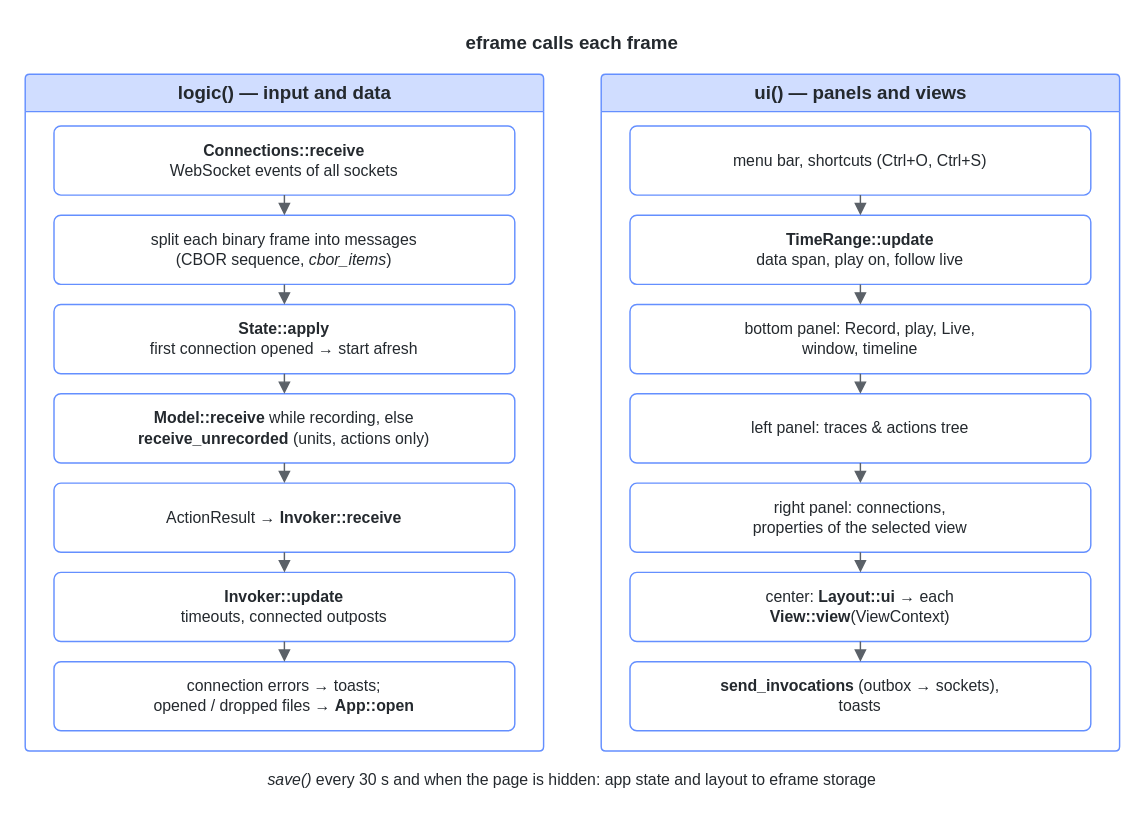
Earlier version of the draw.io diagram doc/source/diagrams/blip-frame.drawio (stefanluethi/blip). Source tidied: cells renumbered, new cells numbered last; positions are measured from the earlier drawing's top-left corner, leaving out a move shared by most shapes. Both pictures are drawn from the tidied source at 144%, with x=0, y=0 at pixel (24, 24).
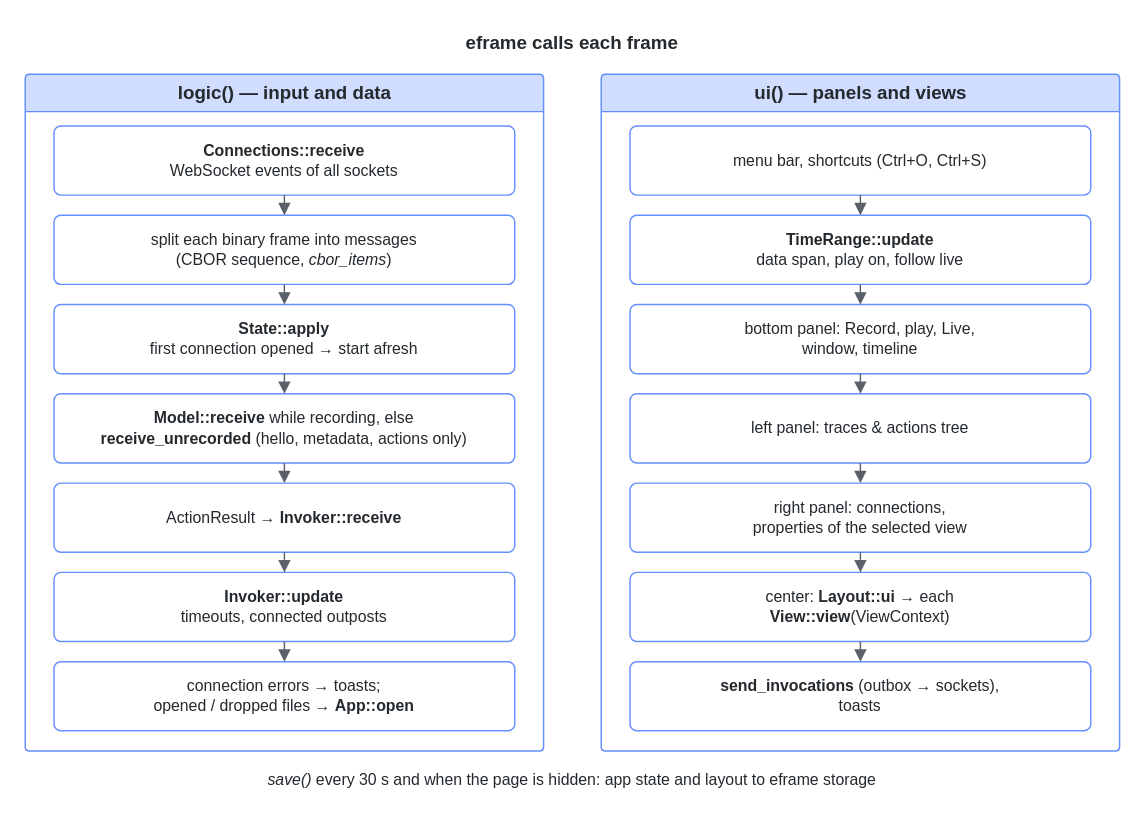
The same page after the edit.

Unchanged cells that the change refers to:
```xml
<mxCell id="3" value="&lt;b&gt;logic()&lt;/b&gt; — input and data" style="fontColor=#24292e;fontFamily=Fira Sans,Helvetica,Arial,sans-serif;swimlane;startSize=26;html=1;rounded=1;arcSize=4;fillColor=#d0ddff;strokeColor=#648fff;fontSize=13;swimlaneFillColor=none;" parent="1" vertex="1">
  <mxGeometry y="34" width="360" height="470" as="geometry" />
</mxCell>
```

The edit, as a diff of the source:
```diff
@@
-    <mxCell id="9" value="&lt;b&gt;Model::receive&lt;/b&gt; while recording, else&lt;br&gt;&lt;b&gt;receive_unrecorded&lt;/b&gt; (units, actions only)" style="fontColor=#24292e;fontFamily=Fira Sans,Helvetica,Arial,sans-serif;rounded=1;whiteSpace=wrap;html=1;arcSize=10;fillColor=#ffffff;strokeColor=#648fff;fontSize=12;fontSize=11;" parent="3" vertex="1">
+    <mxCell id="9" value="&lt;b&gt;Model::receive&lt;/b&gt; while recording, else&lt;br&gt;&lt;b&gt;receive_unrecorded&lt;/b&gt; (hello, metadata, actions only)" style="fontColor=#24292e;fontFamily=Fira Sans,Helvetica,Arial,sans-serif;rounded=1;whiteSpace=wrap;html=1;arcSize=10;fillColor=#ffffff;strokeColor=#648fff;fontSize=12;fontSize=11;" parent="3" vertex="1">
       <mxGeometry x="20" y="222" width="320" height="48" as="geometry" />
     </mxCell>
```
